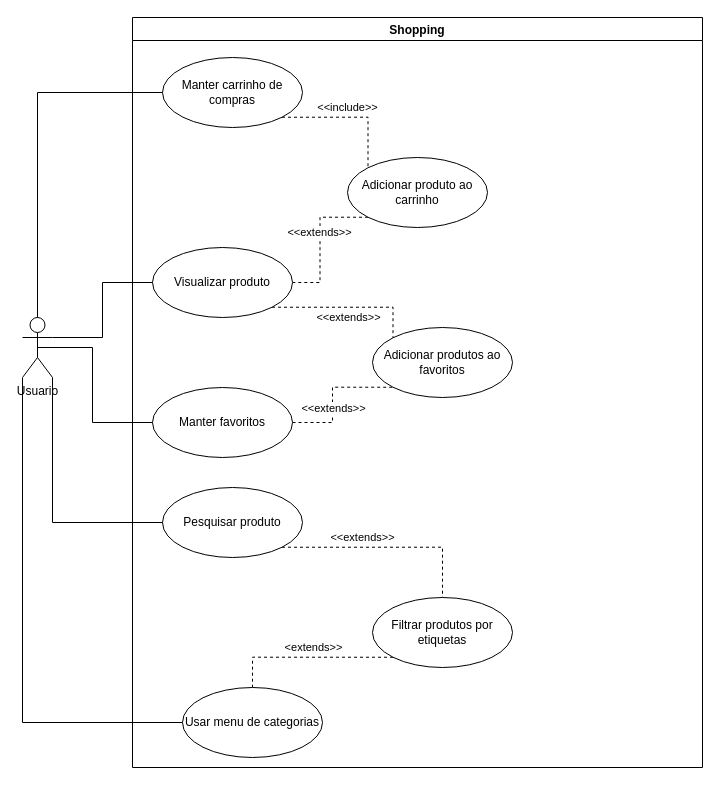
Numb4r/blacksheep keeps this draw.io diagram as doc/shopping.drawio. Above is the earlier version. Source tidied: cells renumbered, new cells numbered last; positions are measured from the earlier drawing's top-left corner, leaving out a move shared by most shapes. Both pictures are drawn from the tidied source at 100%, with x=0, y=0 at pixel (22, 17).
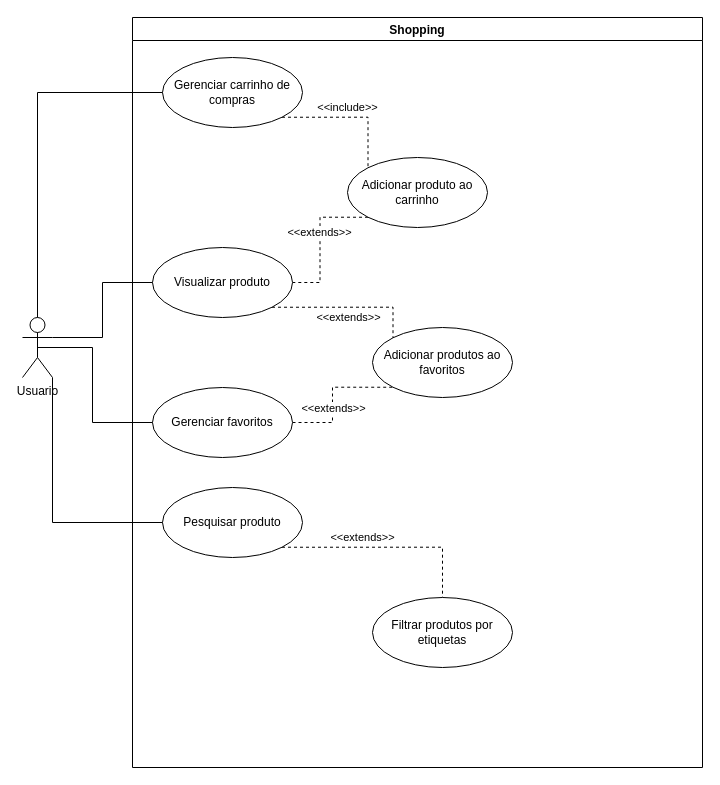
The same page after the edit.

Commit message (it also covers changes not shown here):
modificado diagrama shopping

Unchanged cells that the change refers to:
```xml
<mxCell id="2" value="Shopping" style="swimlane;" parent="1" vertex="1">
  <mxGeometry x="110" width="570" height="750" as="geometry" />
</mxCell>
<mxCell id="14" value="Filtrar produtos por etiquetas" style="ellipse;whiteSpace=wrap;html=1;" parent="2" vertex="1">
  <mxGeometry x="240" y="580" width="140" height="70" as="geometry" />
</mxCell>
<mxCell id="23" value="Usuario" style="shape=umlActor;verticalLabelPosition=bottom;verticalAlign=top;html=1;outlineConnect=0;" parent="1" vertex="1">
  <mxGeometry y="300" width="30" height="60" as="geometry" />
</mxCell>
```

What changed in the source:
```diff
@@
-    <mxCell id="5" value="Manter carrinho de compras" style="ellipse;whiteSpace=wrap;html=1;" parent="2" vertex="1">
+    <mxCell id="5" value="Gerenciar carrinho de compras" style="ellipse;whiteSpace=wrap;html=1;" parent="2" vertex="1">
       <mxGeometry x="30" y="40" width="140" height="70" as="geometry" />
     </mxCell>
@@
-    <mxCell id="12" style="edgeStyle=orthogonalEdgeStyle;rounded=0;jettySize=auto;html=1;exitX=0;exitY=1;exitDx=0;exitDy=0;dashed=1;endArrow=none;endFill=0;" parent="2" edge="1" source="14" target="15">
-      <mxGeometry relative="1" as="geometry" />
-    </mxCell>
-    <mxCell id="13" value="&amp;lt;extends&amp;gt;&amp;gt;" style="edgeLabel;html=1;align=center;verticalAlign=middle;" parent="12" vertex="1">
-      <mxGeometry x="-0.01" relative="1" as="geometry">
-        <mxPoint x="5" y="-10" as="offset" />
-      </mxGeometry>
-    </mxCell>
@@
-    <mxCell id="15" value="Usar menu de categorias" style="ellipse;whiteSpace=wrap;html=1;" parent="2" vertex="1">
-      <mxGeometry x="50" y="670" width="140" height="70" as="geometry" />
-    </mxCell>
@@
-    <mxCell id="21" value="Manter favoritos" style="ellipse;whiteSpace=wrap;html=1;" parent="2" vertex="1">
+    <mxCell id="21" value="Gerenciar favoritos" style="ellipse;whiteSpace=wrap;html=1;" parent="2" vertex="1">
       <mxGeometry x="20" y="370" width="140" height="70" as="geometry" />
     </mxCell>
@@
-    <mxCell id="28" style="edgeStyle=orthogonalEdgeStyle;rounded=0;jettySize=auto;html=1;exitX=0;exitY=0.5;exitDx=0;exitDy=0;entryX=0;entryY=1;entryDx=0;entryDy=0;entryPerimeter=0;endArrow=none;endFill=0;" parent="1" edge="1" source="15" target="23">
-      <mxGeometry relative="1" as="geometry" />
-    </mxCell>
```
